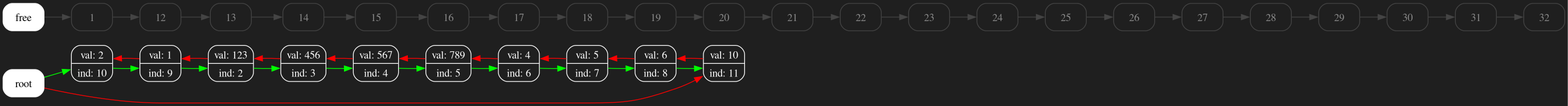
senyaa1/list keeps this Graphviz diagram as graph.png. Above is the earlier version. Its source is kept beside it as graph.dot.
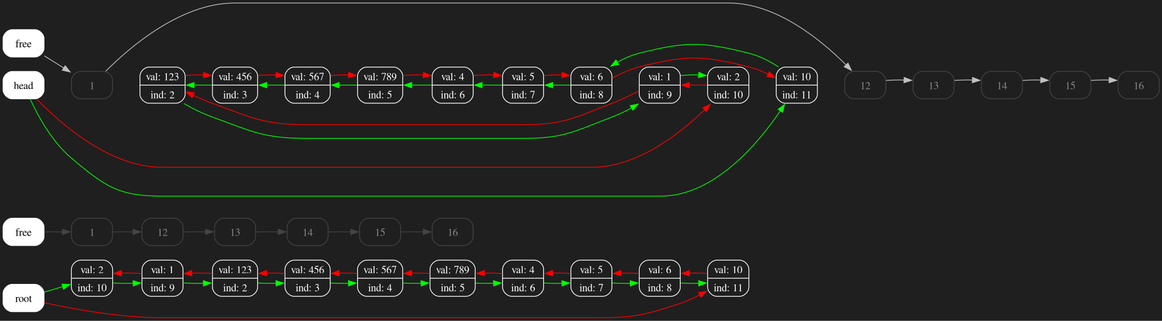
Later version of the same file.

Commit message:
physical graph

Change to the diagram source:
```diff
@@ -21,22 +21,6 @@
 "_14"[color="#444444";fontcolor="#888888";label="14"];
 "_15"[color="#444444";fontcolor="#888888";label="15"];
 "_16"[color="#444444";fontcolor="#888888";label="16"];
-"_17"[color="#444444";fontcolor="#888888";label="17"];
-"_18"[color="#444444";fontcolor="#888888";label="18"];
-"_19"[color="#444444";fontcolor="#888888";label="19"];
-"_20"[color="#444444";fontcolor="#888888";label="20"];
-"_21"[color="#444444";fontcolor="#888888";label="21"];
-"_22"[color="#444444";fontcolor="#888888";label="22"];
-"_23"[color="#444444";fontcolor="#888888";label="23"];
-"_24"[color="#444444";fontcolor="#888888";label="24"];
-"_25"[color="#444444";fontcolor="#888888";label="25"];
-"_26"[color="#444444";fontcolor="#888888";label="26"];
-"_27"[color="#444444";fontcolor="#888888";label="27"];
-"_28"[color="#444444";fontcolor="#888888";label="28"];
-"_29"[color="#444444";fontcolor="#888888";label="29"];
-"_30"[color="#444444";fontcolor="#888888";label="30"];
-"_31"[color="#444444";fontcolor="#888888";label="31"];
-"_32"[color="#444444";fontcolor="#888888";label="32"];
 "0" -> "10"[color=green; fontcolor="green"];
 "0" -> "11"[color=red; fontcolor="red"];
 "_1" -> "_12"[color="#444444"; fontcolor="green"];
@@ -62,20 +46,64 @@
 "_13" -> "_14"[color="#444444"; fontcolor="green"];
 "_14" -> "_15"[color="#444444"; fontcolor="green"];
 "_15" -> "_16"[color="#444444"; fontcolor="green"];
-"_16" -> "_17"[color="#444444"; fontcolor="green"];
-"_17" -> "_18"[color="#444444"; fontcolor="green"];
-"_18" -> "_19"[color="#444444"; fontcolor="green"];
-"_19" -> "_20"[color="#444444"; fontcolor="green"];
-"_20" -> "_21"[color="#444444"; fontcolor="green"];
-"_21" -> "_22"[color="#444444"; fontcolor="green"];
-"_22" -> "_23"[color="#444444"; fontcolor="green"];
-"_23" -> "_24"[color="#444444"; fontcolor="green"];
-"_24" -> "_25"[color="#444444"; fontcolor="green"];
-"_25" -> "_26"[color="#444444"; fontcolor="green"];
-"_26" -> "_27"[color="#444444"; fontcolor="green"];
-"_27" -> "_28"[color="#444444"; fontcolor="green"];
-"_28" -> "_29"[color="#444444"; fontcolor="green"];
-"_29" -> "_30"[color="#444444"; fontcolor="green"];
-"_30" -> "_31"[color="#444444"; fontcolor="green"];
-"_31" -> "_32"[color="#444444"; fontcolor="green"];
+"physical_0"[style=filled; color="#FFFFFF";fontcolor="#000000";label="head"];
+"physical_free"[style=filled; color="#FFFFFF";fontcolor="#000000";label="free"];
+"physical_free" -> "physical_1"[color=gray];
+"physical_1"[color="#444444";fontcolor="#888888";label="1"];
+"physical_0" -> "physical_1"[color=invis; thickness=1000; weight="10000"];
+"physical_2"[color="#FFFFFF";fontcolor="#FFFFFF";label="val: 123 | ind: 2"];
+"physical_1" -> "physical_2"[color=invis; thickness=1000; weight="10000"];
+"physical_3"[color="#FFFFFF";fontcolor="#FFFFFF";label="val: 456 | ind: 3"];
+"physical_2" -> "physical_3"[color=invis; thickness=1000; weight="10000"];
+"physical_4"[color="#FFFFFF";fontcolor="#FFFFFF";label="val: 567 | ind: 4"];
+"physical_3" -> "physical_4"[color=invis; thickness=1000; weight="10000"];
+"physical_5"[color="#FFFFFF";fontcolor="#FFFFFF";label="val: 789 | ind: 5"];
+"physical_4" -> "physical_5"[color=invis; thickness=1000; weight="10000"];
+"physical_6"[color="#FFFFFF";fontcolor="#FFFFFF";label="val: 4 | ind: 6"];
+"physical_5" -> "physical_6"[color=invis; thickness=1000; weight="10000"];
+"physical_7"[color="#FFFFFF";fontcolor="#FFFFFF";label="val: 5 | ind: 7"];
+"physical_6" -> "physical_7"[color=invis; thickness=1000; weight="10000"];
+"physical_8"[color="#FFFFFF";fontcolor="#FFFFFF";label="val: 6 | ind: 8"];
+"physical_7" -> "physical_8"[color=invis; thickness=1000; weight="10000"];
+"physical_9"[color="#FFFFFF";fontcolor="#FFFFFF";label="val: 1 | ind: 9"];
+"physical_8" -> "physical_9"[color=invis; thickness=1000; weight="10000"];
+"physical_10"[color="#FFFFFF";fontcolor="#FFFFFF";label="val: 2 | ind: 10"];
+"physical_9" -> "physical_10"[color=invis; thickness=1000; weight="10000"];
+"physical_11"[color="#FFFFFF";fontcolor="#FFFFFF";label="val: 10 | ind: 11"];
+"physical_10" -> "physical_11"[color=invis; thickness=1000; weight="10000"];
+"physical_12"[color="#444444";fontcolor="#888888";label="12"];
+"physical_11" -> "physical_12"[color=invis; thickness=1000; weight="10000"];
+"physical_13"[color="#444444";fontcolor="#888888";label="13"];
+"physical_12" -> "physical_13"[color=invis; thickness=1000; weight="10000"];
+"physical_14"[color="#444444";fontcolor="#888888";label="14"];
+"physical_13" -> "physical_14"[color=invis; thickness=1000; weight="10000"];
+"physical_15"[color="#444444";fontcolor="#888888";label="15"];
+"physical_14" -> "physical_15"[color=invis; thickness=1000; weight="10000"];
+"physical_16"[color="#444444";fontcolor="#888888";label="16"];
+"physical_15" -> "physical_16"[color=invis; thickness=1000; weight="10000"];
+"physical_1" -> "physical_12"[color=gray];
+"physical_3" -> "physical_2"[color=green];
+"physical_9" -> "physical_2"[color=red];
+"physical_4" -> "physical_3"[color=green];
+"physical_2" -> "physical_3"[color=red];
+"physical_5" -> "physical_4"[color=green];
+"physical_3" -> "physical_4"[color=red];
+"physical_6" -> "physical_5"[color=green];
+"physical_4" -> "physical_5"[color=red];
+"physical_7" -> "physical_6"[color=green];
+"physical_5" -> "physical_6"[color=red];
+"physical_8" -> "physical_7"[color=green];
+"physical_6" -> "physical_7"[color=red];
+"physical_11" -> "physical_8"[color=green];
+"physical_7" -> "physical_8"[color=red];
+"physical_2" -> "physical_9"[color=green];
+"physical_10" -> "physical_9"[color=red];
+"physical_9" -> "physical_10"[color=green];
+"physical_0" -> "physical_10"[color=red];
+"physical_0" -> "physical_11"[color=green];
+"physical_8" -> "physical_11"[color=red];
+"physical_12" -> "physical_13"[color=gray];
+"physical_13" -> "physical_14"[color=gray];
+"physical_14" -> "physical_15"[color=gray];
+"physical_15" -> "physical_16"[color=gray];
 }
```
